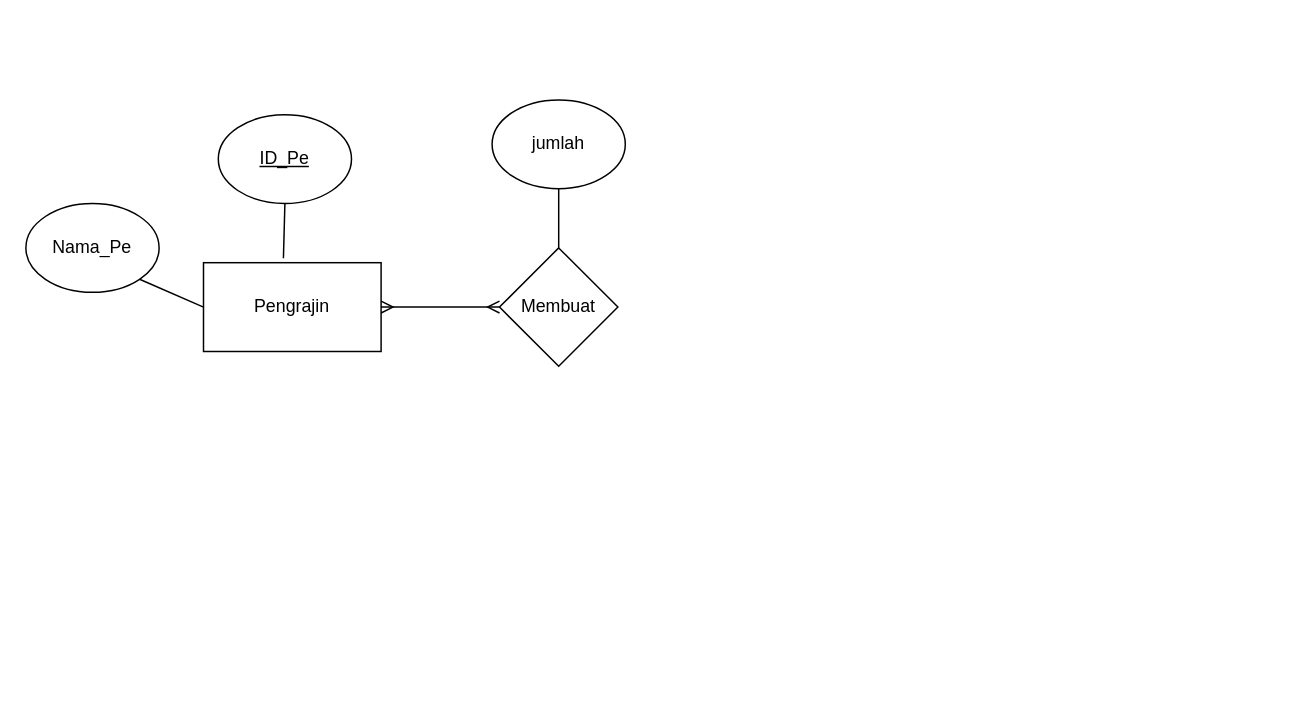
WahyuPurnama2015101014/tugas-teknologi-web-1 keeps this draw.io diagram as ERD.drawio. Above is the earlier version. Source tidied: cells renumbered, new cells numbered last; positions are measured from the earlier drawing's top-left corner, leaving out a move shared by most shapes. Both pictures are drawn from the tidied source at 148%, with x=0, y=0 at pixel (25, 99).
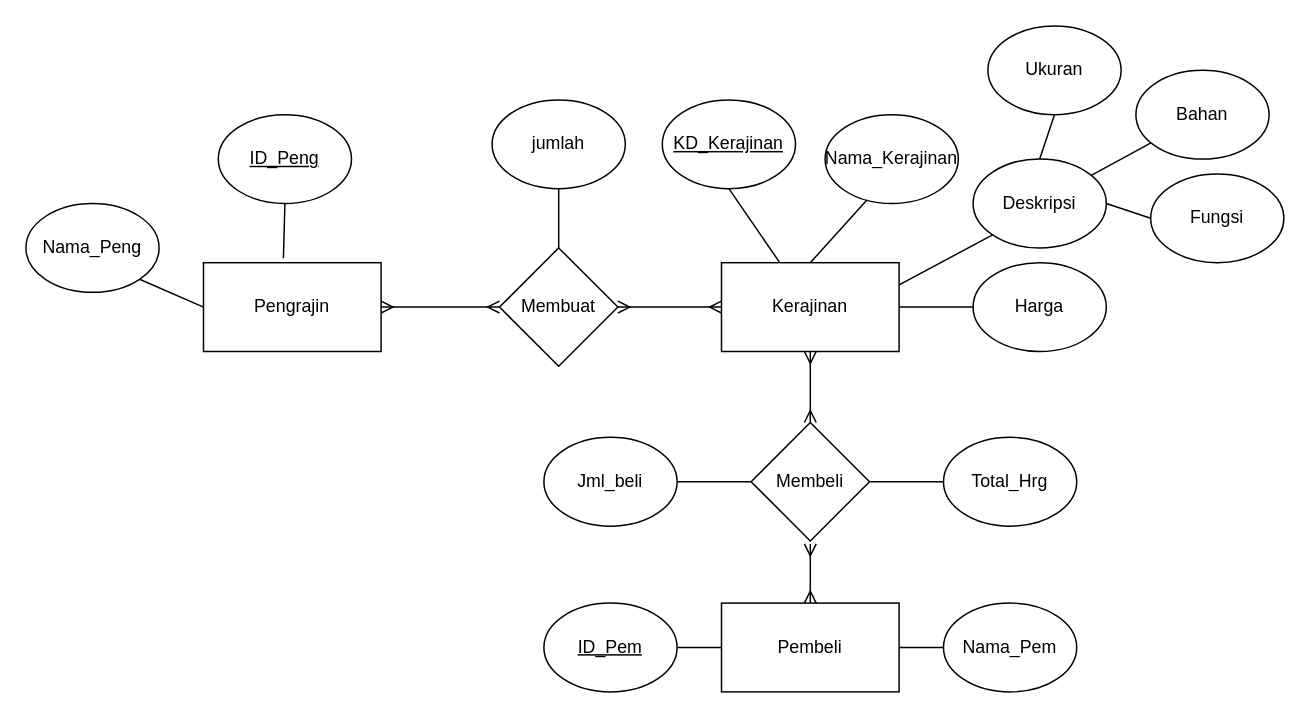
The same page after the edit.

The change refers to these unchanged cells:
```xml
<mxCell id="7" value="Membuat" style="rhombus;whiteSpace=wrap;html=1;rounded=0;" parent="1" vertex="1">
  <mxGeometry x="320" y="100" width="80" height="80" as="geometry" />
</mxCell>
```

The edit, as a diff of the source:
```diff
@@
-    <mxCell id="3" value="Nama_Pe" style="ellipse;whiteSpace=wrap;html=1;" parent="1" vertex="1">
+    <mxCell id="3" value="Nama_Peng" style="ellipse;whiteSpace=wrap;html=1;" parent="1" vertex="1">
       <mxGeometry y="70" width="90" height="60" as="geometry" />
     </mxCell>
-    <mxCell id="4" value="&lt;u&gt;ID_Pe&lt;/u&gt;" style="ellipse;whiteSpace=wrap;html=1;" parent="1" vertex="1">
+    <mxCell id="4" value="&lt;u&gt;ID_Peng&lt;/u&gt;" style="ellipse;whiteSpace=wrap;html=1;" parent="1" vertex="1">
       <mxGeometry x="130" y="10" width="90" height="60" as="geometry" />
     </mxCell>
@@
+    <mxCell id="11" value="Kerajinan" style="rounded=0;whiteSpace=wrap;html=1;" parent="1" vertex="1">
+      <mxGeometry x="470" y="110" width="120" height="60" as="geometry" />
+    </mxCell>
+    <mxCell id="12" style="edgeStyle=entityRelationEdgeStyle;fontSize=12;html=1;endArrow=ERmany;startArrow=ERmany;entryX=0;entryY=0.5;entryDx=0;entryDy=0;exitX=1;exitY=0.5;exitDx=0;exitDy=0;" parent="1" edge="1" source="7" target="11">
+      <mxGeometry relative="1" as="geometry" />
+    </mxCell>
+    <mxCell id="13" value="&lt;u&gt;KD_Kerajinan&lt;/u&gt;" style="ellipse;whiteSpace=wrap;html=1;" parent="1" vertex="1">
+      <mxGeometry x="430" width="90" height="60" as="geometry" />
+    </mxCell>
+    <mxCell id="14" value="Nama_Kerajinan" style="ellipse;whiteSpace=wrap;html=1;" parent="1" vertex="1">
+      <mxGeometry x="540" y="10" width="90" height="60" as="geometry" />
+    </mxCell>
+    <mxCell id="15" value="Harga" style="ellipse;whiteSpace=wrap;html=1;" parent="1" vertex="1">
+      <mxGeometry x="640" y="110" width="90" height="60" as="geometry" />
+    </mxCell>
+    <mxCell id="16" value="Deskripsi" style="ellipse;whiteSpace=wrap;html=1;" parent="1" vertex="1">
+      <mxGeometry x="640" y="40" width="90" height="60" as="geometry" />
+    </mxCell>
+    <mxCell id="17" style="endArrow=none;html=1;entryX=1;entryY=0.25;entryDx=0;entryDy=0;exitX=0;exitY=1;exitDx=0;exitDy=0;" parent="1" edge="1" source="16" target="11">
+      <mxGeometry relative="1" as="geometry" />
+    </mxCell>
+    <mxCell id="18" style="endArrow=none;html=1;entryX=1;entryY=0.5;entryDx=0;entryDy=0;exitX=0;exitY=0.5;exitDx=0;exitDy=0;" parent="1" edge="1" source="15" target="11">
+      <mxGeometry relative="1" as="geometry" />
+    </mxCell>
+    <mxCell id="19" style="endArrow=none;html=1;entryX=0.5;entryY=0;entryDx=0;entryDy=0;exitX=0.316;exitY=0.958;exitDx=0;exitDy=0;exitPerimeter=0;" parent="1" edge="1" source="14" target="11">
+      <mxGeometry relative="1" as="geometry" />
+    </mxCell>
+    <mxCell id="20" style="endArrow=none;html=1;exitX=0.5;exitY=1;exitDx=0;exitDy=0;" parent="1" edge="1" source="13" target="11">
+      <mxGeometry relative="1" as="geometry" />
+    </mxCell>
+    <mxCell id="21" style="endArrow=none;html=1;" parent="1" edge="1" source="23" target="16">
+      <mxGeometry relative="1" as="geometry" />
+    </mxCell>
+    <mxCell id="22" value="Ukuran" style="ellipse;whiteSpace=wrap;html=1;" parent="1" vertex="1">
+      <mxGeometry x="650" y="-50" width="90" height="60" as="geometry" />
+    </mxCell>
+    <mxCell id="23" value="Bahan" style="ellipse;whiteSpace=wrap;html=1;" parent="1" vertex="1">
+      <mxGeometry x="750" y="-20" width="90" height="60" as="geometry" />
+    </mxCell>
+    <mxCell id="24" value="Fungsi" style="ellipse;whiteSpace=wrap;html=1;" parent="1" vertex="1">
+      <mxGeometry x="760" y="50" width="90" height="60" as="geometry" />
+    </mxCell>
+    <mxCell id="25" style="endArrow=none;html=1;entryX=1;entryY=0.5;entryDx=0;entryDy=0;exitX=0;exitY=0.5;exitDx=0;exitDy=0;" parent="1" edge="1" source="24" target="16">
+      <mxGeometry relative="1" as="geometry" />
+    </mxCell>
+    <mxCell id="26" style="endArrow=none;html=1;exitX=0.5;exitY=1;exitDx=0;exitDy=0;entryX=0.5;entryY=0;entryDx=0;entryDy=0;" parent="1" edge="1" source="22" target="16">
+      <mxGeometry relative="1" as="geometry" />
+    </mxCell>
+    <mxCell id="27" value="Pembeli" style="rounded=0;whiteSpace=wrap;html=1;" parent="1" vertex="1">
+      <mxGeometry x="470" y="340" width="120" height="60" as="geometry" />
+    </mxCell>
+    <mxCell id="28" value="Membeli" style="rhombus;whiteSpace=wrap;html=1;rounded=0;" parent="1" vertex="1">
+      <mxGeometry x="490" y="218" width="80" height="80" as="geometry" />
+    </mxCell>
+    <mxCell id="29" style="fontSize=12;html=1;endArrow=ERmany;startArrow=ERmany;entryX=0.5;entryY=1;entryDx=0;entryDy=0;exitX=0.5;exitY=0;exitDx=0;exitDy=0;" parent="1" edge="1" source="28" target="11">
+      <mxGeometry relative="1" as="geometry" />
+    </mxCell>
+    <mxCell id="30" style="fontSize=12;html=1;endArrow=ERmany;startArrow=ERmany;exitX=0.5;exitY=0;exitDx=0;exitDy=0;" parent="1" edge="1" source="27">
+      <mxGeometry relative="1" as="geometry">
+        <mxPoint x="530" y="300" as="targetPoint" />
+      </mxGeometry>
+    </mxCell>
+    <mxCell id="31" value="Jml_beli" style="ellipse;whiteSpace=wrap;html=1;" parent="1" vertex="1">
+      <mxGeometry x="350" y="228" width="90" height="60" as="geometry" />
+    </mxCell>
+    <mxCell id="32" value="Total_Hrg" style="ellipse;whiteSpace=wrap;html=1;" parent="1" vertex="1">
+      <mxGeometry x="620" y="228" width="90" height="60" as="geometry" />
+    </mxCell>
+    <mxCell id="33" style="endArrow=none;html=1;entryX=1;entryY=0.5;entryDx=0;entryDy=0;exitX=0;exitY=0.5;exitDx=0;exitDy=0;" parent="1" edge="1" source="32" target="28">
+      <mxGeometry relative="1" as="geometry" />
+    </mxCell>
+    <mxCell id="34" style="endArrow=none;html=1;entryX=1;entryY=0.5;entryDx=0;entryDy=0;exitX=0;exitY=0.5;exitDx=0;exitDy=0;" parent="1" edge="1" source="28" target="31">
+      <mxGeometry relative="1" as="geometry" />
+    </mxCell>
+    <mxCell id="35" value="Nama_Pem" style="ellipse;whiteSpace=wrap;html=1;" parent="1" vertex="1">
+      <mxGeometry x="620" y="340" width="90" height="60" as="geometry" />
+    </mxCell>
+    <mxCell id="36" style="endArrow=none;html=1;exitX=0;exitY=0.5;exitDx=0;exitDy=0;entryX=1;entryY=0.5;entryDx=0;entryDy=0;" parent="1" edge="1" source="35" target="27">
+      <mxGeometry relative="1" as="geometry" />
+    </mxCell>
+    <mxCell id="37" value="&lt;u&gt;ID_Pem&lt;/u&gt;" style="ellipse;whiteSpace=wrap;html=1;" parent="1" vertex="1">
+      <mxGeometry x="350" y="340" width="90" height="60" as="geometry" />
+    </mxCell>
+    <mxCell id="38" style="endArrow=none;html=1;entryX=1;entryY=0.5;entryDx=0;entryDy=0;exitX=0;exitY=0.5;exitDx=0;exitDy=0;" parent="1" edge="1" source="27" target="37">
+      <mxGeometry relative="1" as="geometry" />
+    </mxCell>
```
